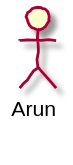
arun-babu/arun-babu.github.io keeps this PlantUML diagram as arun.svg. Above is the earlier version.
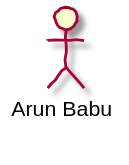
The same diagram one commit later.

The edit, as a diff of the source:
```diff
@@ -4,5 +4,5 @@
 skinparam sequence {
 LifeLineBorderColor white
 }
-actor Arun
+actor "Arun Babu"
 @enduml
```
